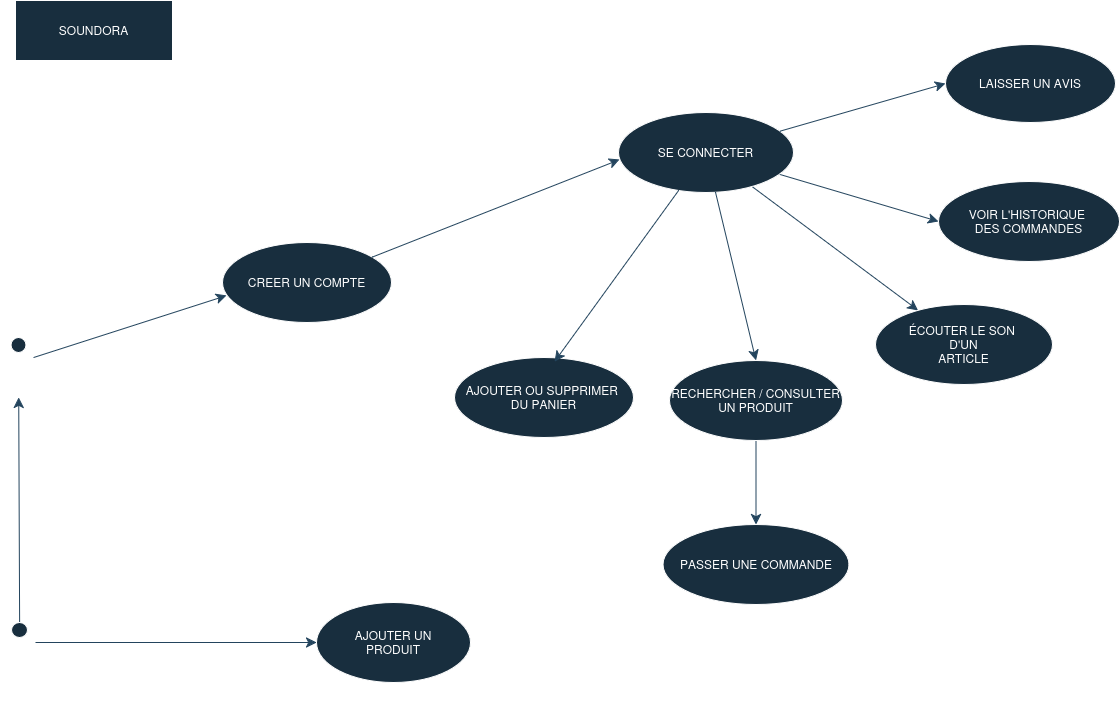
The draw.io diagram useCase SOUNDORA.drawio.png in Bast8313/soundora, before a commit. Source tidied: cells renumbered, new cells last; positions are measured from the earlier drawing's top-left corner, leaving out a move shared by most shapes.
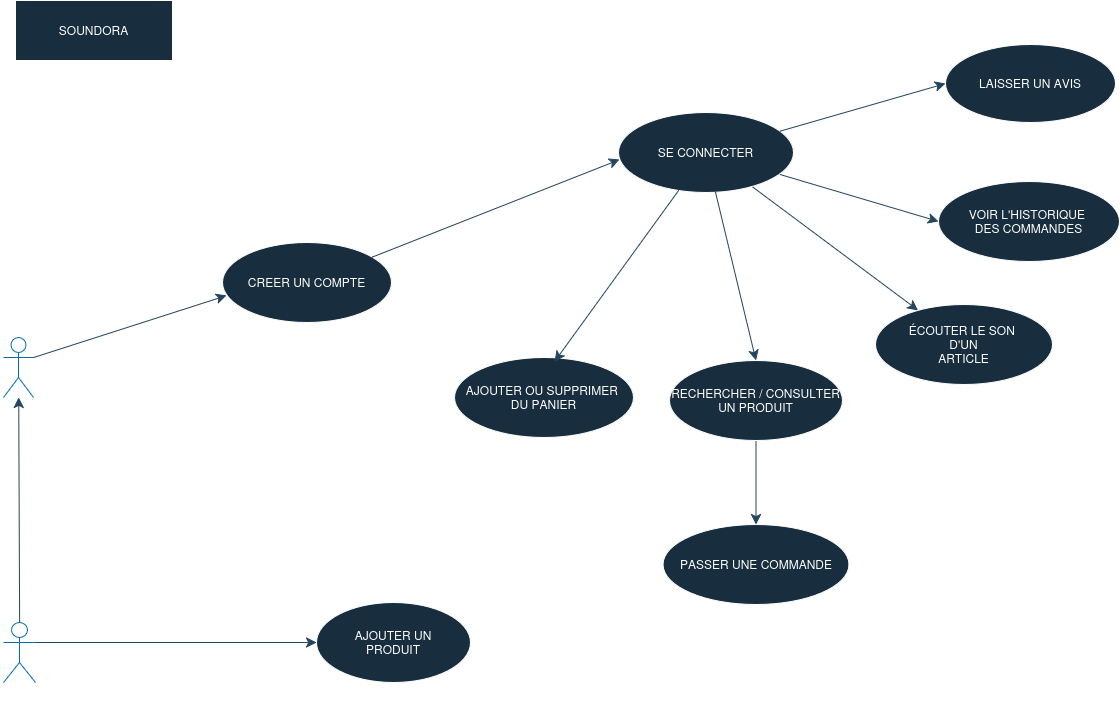
Above is the later version.

Commit message:
Mettre à jour useCase SOUNDORA.drawio.png

Diff of the diagram source:
```diff
@@ -5,7 +5,7 @@
     <mxCell id="2" style="edgeStyle=none;curved=1;rounded=0;jettySize=auto;html=1;entryX=0.024;entryY=0.663;entryDx=0;entryDy=0;fontSize=12;startSize=8;endSize=8;entryPerimeter=0;exitX=1;exitY=0.3333333333333333;exitDx=0;exitDy=0;exitPerimeter=0;labelBackgroundColor=none;strokeColor=#23445D;fontColor=default;" parent="1" edge="1" source="3" target="5">
       <mxGeometry relative="1" as="geometry" />
     </mxCell>
-    <mxCell id="3" value="USER" style="shape=umlActor;verticalLabelPosition=bottom;verticalAlign=top;html=1;outlineConnect=0;labelBackgroundColor=none;fillColor=#182E3E;strokeColor=#FFFFFF;fontColor=#FFFFFF;" parent="1" vertex="1">
+    <mxCell id="3" value="&lt;span&gt;USER&lt;/span&gt;" style="shape=umlActor;verticalLabelPosition=bottom;verticalAlign=top;html=1;outlineConnect=0;labelBackgroundColor=none;fillColor=none;strokeColor=#006EAF;fontColor=#ffffff;" parent="1" vertex="1">
       <mxGeometry y="337" width="30" height="60" as="geometry" />
     </mxCell>
     <mxCell id="4" value="&lt;div&gt;LAISSER UN AVIS&lt;/div&gt;" style="ellipse;whiteSpace=wrap;html=1;labelBackgroundColor=none;fillColor=#182E3E;strokeColor=#FFFFFF;fontColor=#FFFFFF;" parent="1" vertex="1">
@@ -50,7 +50,7 @@
     <mxCell id="16" value="&lt;div&gt;VOIR L'HISTORIQUE&amp;nbsp;&lt;/div&gt;&lt;div&gt;DES COMMANDES&lt;/div&gt;" style="ellipse;whiteSpace=wrap;html=1;labelBackgroundColor=none;fillColor=#182E3E;strokeColor=#FFFFFF;fontColor=#FFFFFF;" parent="1" vertex="1">
       <mxGeometry x="935" y="181" width="181" height="80" as="geometry" />
     </mxCell>
-    <mxCell id="17" value="&lt;div&gt;SOUNDORA&lt;/div&gt;" style="rounded=0;whiteSpace=wrap;html=1;labelBackgroundColor=none;fillColor=#182E3E;strokeColor=#FFFFFF;fontColor=#FFFFFF;" parent="1" vertex="1">
+    <mxCell id="17" value="&lt;div&gt;SOUNDORA&lt;/div&gt;" style="rounded=0;whiteSpace=wrap;html=1;labelBackgroundColor=none;fillColor=light-dark(#182E3E,#434B50);strokeColor=#FFFFFF;fontColor=#FFFFFF;" parent="1" vertex="1">
       <mxGeometry x="12" width="157" height="60" as="geometry" />
     </mxCell>
     <mxCell id="18" style="edgeStyle=none;curved=1;rounded=0;jettySize=auto;html=1;entryX=0;entryY=0.5;entryDx=0;entryDy=0;fontSize=12;startSize=8;endSize=8;exitX=1;exitY=0.3333333333333333;exitDx=0;exitDy=0;exitPerimeter=0;labelBackgroundColor=none;strokeColor=#23445D;fontColor=default;" parent="1" edge="1" source="20" target="21">
@@ -59,7 +59,7 @@
     <mxCell id="19" style="edgeStyle=none;curved=1;rounded=0;jettySize=auto;html=1;exitX=0.5;exitY=0;exitDx=0;exitDy=0;exitPerimeter=0;fontSize=12;startSize=8;endSize=8;labelBackgroundColor=none;strokeColor=#23445D;fontColor=default;" parent="1" edge="1" source="20" target="3">
       <mxGeometry relative="1" as="geometry" />
     </mxCell>
-    <mxCell id="20" value="&lt;div&gt;ADMIN&lt;/div&gt;&lt;div&gt;&lt;br&gt;&lt;/div&gt;" style="shape=umlActor;verticalLabelPosition=bottom;verticalAlign=top;html=1;outlineConnect=0;labelBackgroundColor=none;fillColor=#182E3E;strokeColor=#FFFFFF;fontColor=#FFFFFF;" parent="1" vertex="1">
+    <mxCell id="20" value="&lt;div&gt;ADMIN&lt;/div&gt;&lt;div&gt;&lt;br&gt;&lt;/div&gt;" style="shape=umlActor;verticalLabelPosition=bottom;verticalAlign=top;html=1;outlineConnect=0;labelBackgroundColor=none;fillColor=none;strokeColor=#006EAF;fontColor=#ffffff;" parent="1" vertex="1">
       <mxGeometry y="622" width="32" height="60" as="geometry" />
     </mxCell>
     <mxCell id="21" value="&lt;div&gt;AJOUTER UN&lt;/div&gt;&lt;div&gt;PRODUIT&lt;/div&gt;" style="ellipse;whiteSpace=wrap;html=1;labelBackgroundColor=none;fillColor=#182E3E;strokeColor=#FFFFFF;fontColor=#FFFFFF;" parent="1" vertex="1">
```
